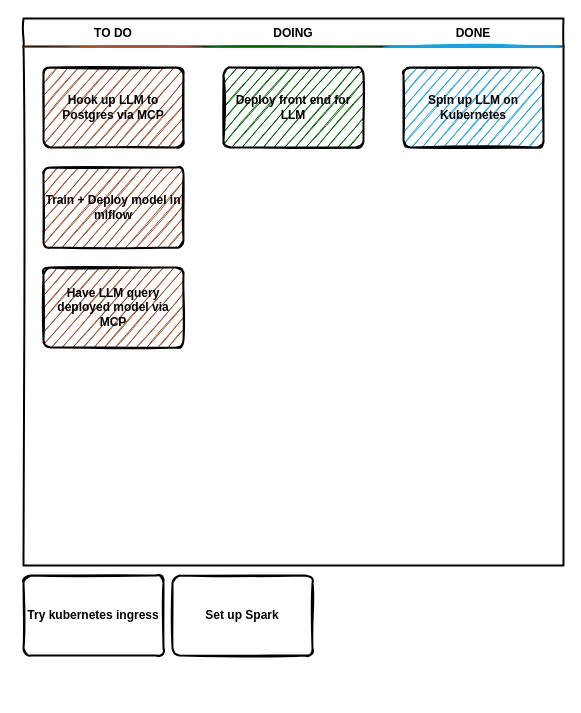
Above: Kanban.drawio in rhprasad0/homelab (draw.io), before the change. Source tidied: cells renumbered, new cells numbered last; positions are measured from the earlier drawing's top-left corner, leaving out a move shared by most shapes. Both pictures are drawn from the tidied source at 100%, with x=0, y=0 at pixel (23, 18).
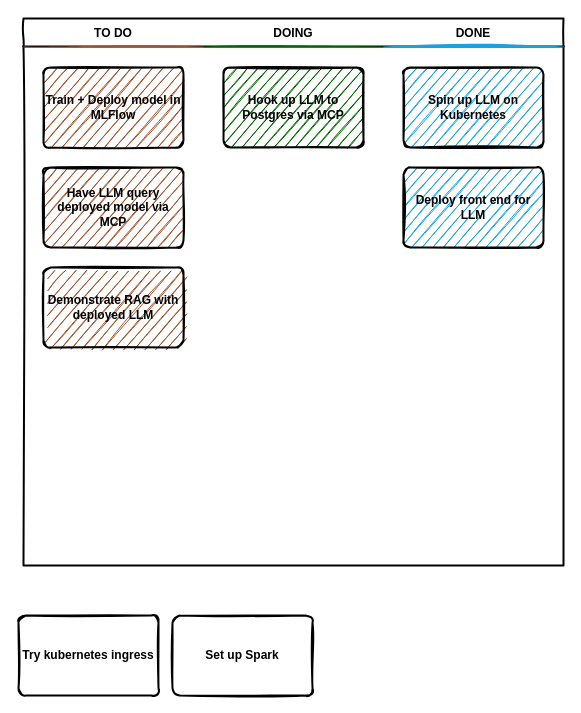
The same page after the edit.

What changed in the source:
```diff
@@
 <mxGraphModel>
   <root>
     <mxCell id="0" />
     <mxCell id="1" parent="0" />
     <mxCell id="2" style="swimlane;fontStyle=2;horizontal=1;startSize=28;swimlaneFillColor=none;fontFamily=Permanent Marker;fontSize=16;verticalAlign=top;stackBorder=0;strokeWidth=2;sketch=1;disableMultiStroke=1;" parent="1" vertex="1">
       <mxGeometry width="540" height="547" as="geometry" />
     </mxCell>
     <mxCell id="3" value="TO DO" style="swimlane;strokeWidth=2;fontFamily=Permanent Marker;html=0;startSize=1;verticalAlign=bottom;spacingBottom=5;stackBorder=20;sketch=1;strokeColor=none;fillStyle=solid;fillColor=#A0522D;" parent="2" vertex="1">
       <mxGeometry y="28" width="180" height="519" as="geometry" />
     </mxCell>
-    <mxCell id="4" value="Hook up LLM to Postgres via MCP" style="whiteSpace=wrap;html=1;strokeWidth=2;fillColor=swimlane;fontStyle=1;spacingTop=0;rounded=1;arcSize=9;sketch=1;fontFamily=Permanent Marker;hachureGap=8;fillWeight=1;" parent="3" vertex="1">
-      <mxGeometry x="20" y="21" width="140" height="80" as="geometry" />
-    </mxCell>
-    <mxCell id="5" value="Train + Deploy model in mlflow" style="whiteSpace=wrap;html=1;strokeWidth=2;fillColor=swimlane;fontStyle=1;spacingTop=0;rounded=1;arcSize=9;sketch=1;fontFamily=Permanent Marker;hachureGap=8;fillWeight=1;" parent="3" vertex="1">
-      <mxGeometry x="20" y="121" width="140" height="80" as="geometry" />
+    <mxCell id="5" value="Train + Deploy model in MLFlow" style="whiteSpace=wrap;html=1;strokeWidth=2;fillColor=swimlane;fontStyle=1;spacingTop=0;rounded=1;arcSize=9;sketch=1;fontFamily=Permanent Marker;hachureGap=8;fillWeight=1;" parent="3" vertex="1">
+      <mxGeometry x="20" y="21" width="140" height="80" as="geometry" />
     </mxCell>
     <mxCell id="6" value="&lt;div&gt;Have LLM query deployed model via MCP&lt;/div&gt;" style="whiteSpace=wrap;html=1;strokeWidth=2;fillColor=swimlane;fontStyle=1;spacingTop=0;rounded=1;arcSize=9;sketch=1;fontFamily=Permanent Marker;hachureGap=8;fillWeight=1;" parent="3" vertex="1">
-      <mxGeometry x="20" y="221" width="140" height="80" as="geometry" />
+      <mxGeometry x="20" y="121" width="140" height="80" as="geometry" />
     </mxCell>
+    <mxCell id="13" value="Demonstrate RAG with deployed LLM" style="whiteSpace=wrap;html=1;strokeWidth=2;fillColor=swimlane;fontStyle=1;spacingTop=0;rounded=1;arcSize=9;sketch=1;fontFamily=Permanent Marker;hachureGap=8;fillWeight=1;" parent="3" vertex="1">
+      <mxGeometry x="20" y="221" width="140" height="80" as="geometry" />
+    </mxCell>
     <mxCell id="7" value="DOING" style="swimlane;strokeWidth=2;fontFamily=Permanent Marker;html=0;startSize=1;verticalAlign=bottom;spacingBottom=5;stackBorder=20;sketch=1;strokeColor=none;fillStyle=solid;fillColor=#006600;" parent="2" vertex="1">
       <mxGeometry x="180" y="28" width="180" height="519" as="geometry" />
     </mxCell>
-    <mxCell id="8" value="Deploy front end for LLM" style="whiteSpace=wrap;html=1;strokeWidth=2;fillColor=swimlane;fontStyle=1;spacingTop=0;rounded=1;arcSize=9;sketch=1;fontFamily=Permanent Marker;hachureGap=8;fillWeight=1;" parent="7" vertex="1">
-      <mxGeometry x="20" y="21" width="140" height="80" as="geometry" />
-    </mxCell>
+    <mxCell id="4" value="Hook up LLM to Postgres via MCP" style="whiteSpace=wrap;html=1;strokeWidth=2;fillColor=swimlane;fontStyle=1;spacingTop=0;rounded=1;arcSize=9;sketch=1;fontFamily=Permanent Marker;hachureGap=8;fillWeight=1;" parent="7" vertex="1">
+      <mxGeometry x="20" y="21" width="140" height="80" as="geometry" />
+    </mxCell>
     <mxCell id="9" value="DONE" style="swimlane;strokeWidth=2;fontFamily=Permanent Marker;html=0;startSize=1;verticalAlign=bottom;spacingBottom=5;stackBorder=20;sketch=1;strokeColor=none;fillStyle=solid;fillColor=#1BA1E2;" parent="2" vertex="1">
       <mxGeometry x="360" y="28" width="180" height="519" as="geometry" />
     </mxCell>
     <mxCell id="10" value="Spin up LLM on Kubernetes" style="whiteSpace=wrap;html=1;strokeWidth=2;fillColor=swimlane;fontStyle=1;spacingTop=0;rounded=1;arcSize=9;sketch=1;fontFamily=Permanent Marker;hachureGap=8;fillWeight=1;" parent="9" vertex="1">
       <mxGeometry x="20" y="21" width="140" height="80" as="geometry" />
     </mxCell>
+    <mxCell id="8" value="Deploy front end for LLM" style="whiteSpace=wrap;html=1;strokeWidth=2;fillColor=swimlane;fontStyle=1;spacingTop=0;rounded=1;arcSize=9;sketch=1;fontFamily=Permanent Marker;hachureGap=8;fillWeight=1;" parent="9" vertex="1">
+      <mxGeometry x="20" y="121" width="140" height="80" as="geometry" />
+    </mxCell>
     <mxCell id="11" value="Try kubernetes ingress" style="whiteSpace=wrap;html=1;strokeWidth=2;fillColor=swimlane;fontStyle=1;spacingTop=0;rounded=1;arcSize=9;sketch=1;fontFamily=Permanent Marker;hachureGap=8;fillWeight=1;" parent="1" vertex="1">
-      <mxGeometry y="557" width="140" height="80" as="geometry" />
+      <mxGeometry x="-5" y="597" width="140" height="80" as="geometry" />
     </mxCell>
     <mxCell id="12" value="Set up Spark" style="whiteSpace=wrap;html=1;strokeWidth=2;fillColor=swimlane;fontStyle=1;spacingTop=0;rounded=1;arcSize=9;sketch=1;fontFamily=Permanent Marker;hachureGap=8;fillWeight=1;" parent="1" vertex="1">
-      <mxGeometry x="149" y="557" width="140" height="80" as="geometry" />
+      <mxGeometry x="149" y="597" width="140" height="80" as="geometry" />
     </mxCell>
   </root>
 </mxGraphModel>
```
